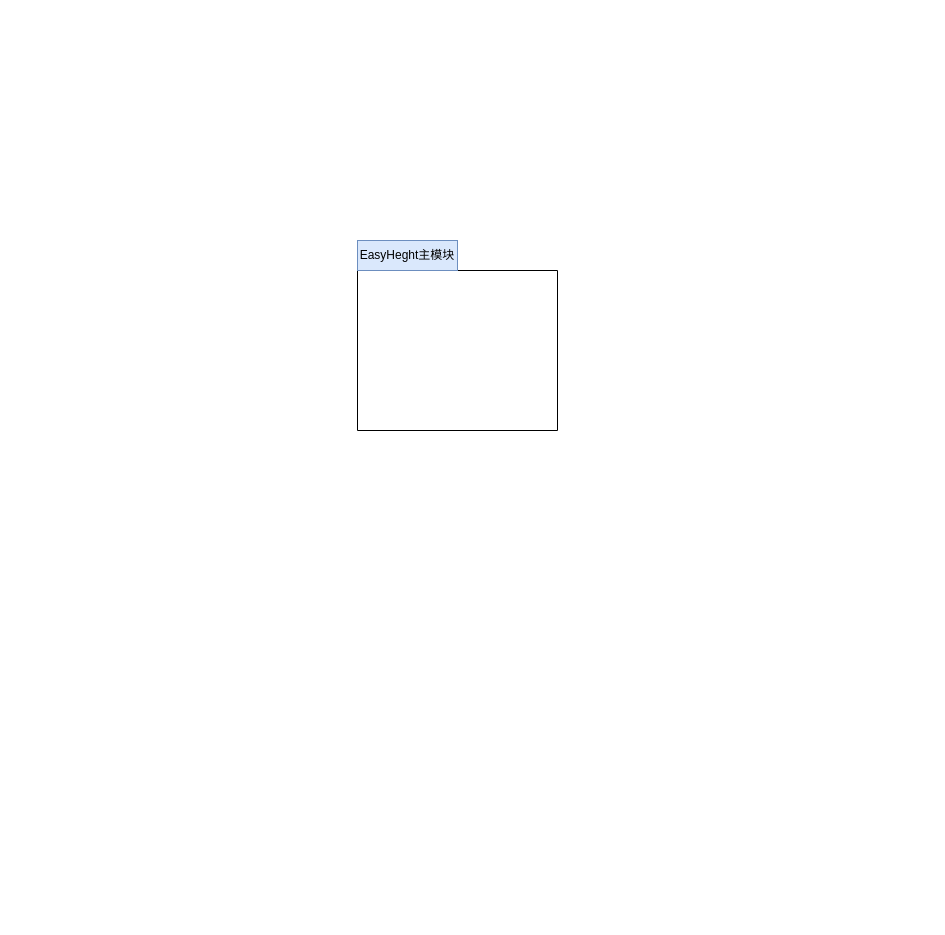
Before: EasyHeight.drawio in joeaaron/OnlineDiagram, a draw.io diagram. Source tidied: cells renumbered, new cells numbered last; positions are measured from the earlier drawing's top-left corner, leaving out a move shared by most shapes. Both pictures are drawn from the tidied source at 100%, with x=0, y=0 at pixel (357, 240).
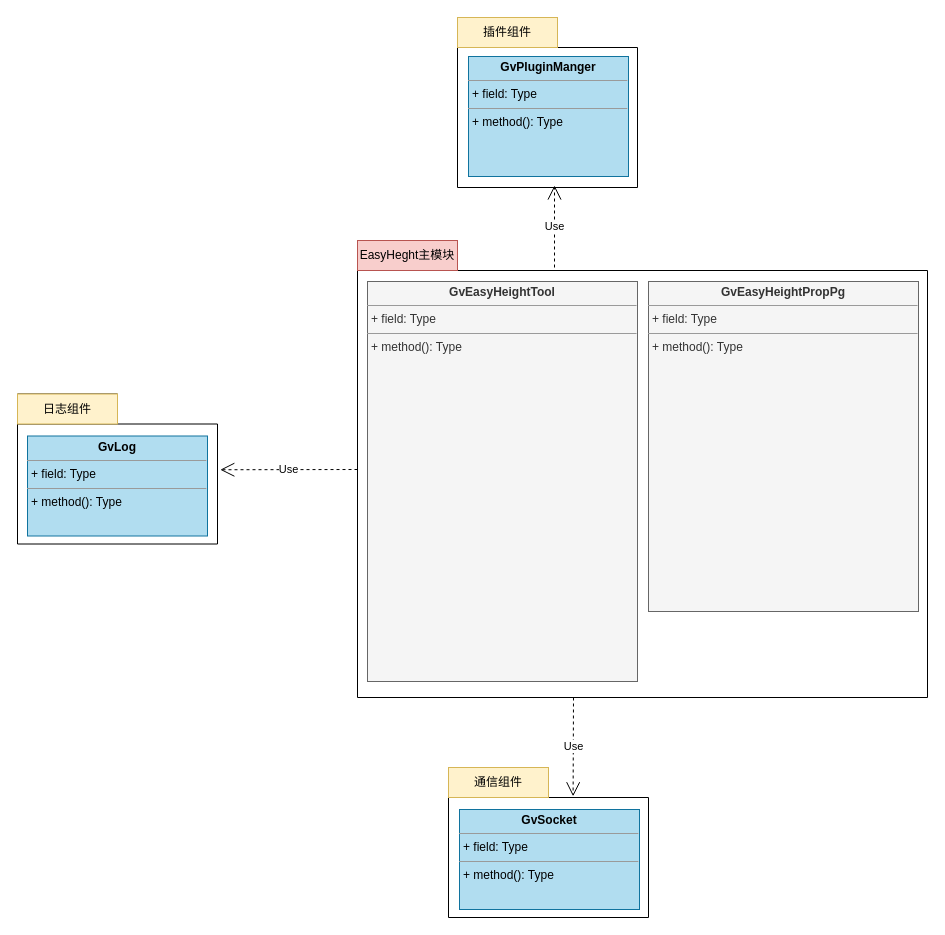
The same diagram, later.

Change to the diagram source:
```diff
@@
 <mxGraphModel>
   <root>
     <mxCell id="0" />
     <mxCell id="1" parent="0" />
     <mxCell id="2" style="shape=folder;fontStyle=1;spacingTop=10;tabWidth=100;tabHeight=30;tabPosition=left;html=1;" parent="1" vertex="1">
-      <mxGeometry width="200" height="190" as="geometry" />
+      <mxGeometry width="570" height="457" as="geometry" />
     </mxCell>
-    <mxCell id="3" value="EasyHeght主模块" style="text;html=1;strokeColor=#6c8ebf;fillColor=#dae8fc;align=center;verticalAlign=middle;whiteSpace=wrap;rounded=0;" parent="1" vertex="1">
+    <mxCell id="3" value="EasyHeght主模块" style="text;html=1;strokeColor=#b85450;fillColor=#f8cecc;align=center;verticalAlign=middle;whiteSpace=wrap;rounded=0;" parent="1" vertex="1">
       <mxGeometry width="100" height="30" as="geometry" />
     </mxCell>
+    <mxCell id="4" style="shape=folder;fontStyle=1;spacingTop=10;tabWidth=100;tabHeight=30;tabPosition=left;html=1;" parent="1" vertex="1">
+      <mxGeometry x="100" y="-223" width="180" height="170" as="geometry" />
+    </mxCell>
+    <mxCell id="5" value="插件组件" style="text;html=1;strokeColor=#d6b656;fillColor=#fff2cc;align=center;verticalAlign=middle;whiteSpace=wrap;rounded=0;" parent="1" vertex="1">
+      <mxGeometry x="100" y="-223" width="100" height="30" as="geometry" />
+    </mxCell>
+    <mxCell id="6" style="shape=folder;fontStyle=1;spacingTop=10;tabWidth=100;tabHeight=30;tabPosition=left;html=1;" parent="1" vertex="1">
+      <mxGeometry x="-340" y="153.5" width="200" height="150" as="geometry" />
+    </mxCell>
+    <mxCell id="7" value="日志组件" style="text;html=1;strokeColor=#d6b656;fillColor=#fff2cc;align=center;verticalAlign=middle;whiteSpace=wrap;rounded=0;" parent="1" vertex="1">
+      <mxGeometry x="-340" y="153.5" width="100" height="30" as="geometry" />
+    </mxCell>
+    <mxCell id="8" style="shape=folder;fontStyle=1;spacingTop=10;tabWidth=100;tabHeight=30;tabPosition=left;html=1;" parent="1" vertex="1">
+      <mxGeometry x="91" y="527" width="200" height="150" as="geometry" />
+    </mxCell>
+    <mxCell id="9" value="通信组件" style="text;html=1;strokeColor=#d6b656;fillColor=#fff2cc;align=center;verticalAlign=middle;whiteSpace=wrap;rounded=0;" parent="1" vertex="1">
+      <mxGeometry x="91" y="527" width="100" height="30" as="geometry" />
+    </mxCell>
+    <mxCell id="10" value="&lt;p style=&quot;margin: 0px ; margin-top: 4px ; text-align: center&quot;&gt;&lt;b&gt;GvPluginManger&lt;/b&gt;&lt;/p&gt;&lt;hr size=&quot;1&quot;&gt;&lt;p style=&quot;margin: 0px ; margin-left: 4px&quot;&gt;+ field: Type&lt;/p&gt;&lt;hr size=&quot;1&quot;&gt;&lt;p style=&quot;margin: 0px ; margin-left: 4px&quot;&gt;+ method(): Type&lt;/p&gt;" style="verticalAlign=top;align=left;overflow=fill;fontSize=12;fontFamily=Helvetica;html=1;fillColor=#b1ddf0;strokeColor=#10739e;" parent="1" vertex="1">
+      <mxGeometry x="111" y="-184" width="160" height="120" as="geometry" />
+    </mxCell>
+    <mxCell id="11" value="&lt;p style=&quot;margin: 0px ; margin-top: 4px ; text-align: center&quot;&gt;&lt;b&gt;GvLog&lt;/b&gt;&lt;/p&gt;&lt;hr size=&quot;1&quot;&gt;&lt;p style=&quot;margin: 0px ; margin-left: 4px&quot;&gt;+ field: Type&lt;/p&gt;&lt;hr size=&quot;1&quot;&gt;&lt;p style=&quot;margin: 0px ; margin-left: 4px&quot;&gt;+ method(): Type&lt;/p&gt;" style="verticalAlign=top;align=left;overflow=fill;fontSize=12;fontFamily=Helvetica;html=1;fillColor=#b1ddf0;strokeColor=#10739e;" parent="1" vertex="1">
+      <mxGeometry x="-330" y="195.5" width="180" height="100" as="geometry" />
+    </mxCell>
+    <mxCell id="12" value="&lt;p style=&quot;margin: 0px ; margin-top: 4px ; text-align: center&quot;&gt;&lt;b&gt;GvSocket&lt;/b&gt;&lt;/p&gt;&lt;hr size=&quot;1&quot;&gt;&lt;p style=&quot;margin: 0px ; margin-left: 4px&quot;&gt;+ field: Type&lt;/p&gt;&lt;hr size=&quot;1&quot;&gt;&lt;p style=&quot;margin: 0px ; margin-left: 4px&quot;&gt;+ method(): Type&lt;/p&gt;" style="verticalAlign=top;align=left;overflow=fill;fontSize=12;fontFamily=Helvetica;html=1;fillColor=#b1ddf0;strokeColor=#10739e;" parent="1" vertex="1">
+      <mxGeometry x="102" y="569" width="180" height="100" as="geometry" />
+    </mxCell>
+    <mxCell id="13" value="Use" style="endArrow=open;endSize=12;dashed=1;html=1;rounded=0;" parent="1" edge="1">
+      <mxGeometry relative="1" as="geometry">
+        <mxPoint x="197" y="27" as="sourcePoint" />
+        <mxPoint x="197" y="-55" as="targetPoint" />
+      </mxGeometry>
+    </mxCell>
+    <mxCell id="14" value="Use" style="endArrow=open;endSize=12;dashed=1;html=1;rounded=0;entryX=1.014;entryY=0.505;entryDx=0;entryDy=0;entryPerimeter=0;" parent="1" edge="1" source="2" target="6">
+      <mxGeometry relative="1" as="geometry" />
+    </mxCell>
+    <mxCell id="15" value="Use" style="endArrow=open;endSize=12;dashed=1;html=1;rounded=0;entryX=0.623;entryY=0.192;entryDx=0;entryDy=0;entryPerimeter=0;" parent="1" edge="1" target="8">
+      <mxGeometry relative="1" as="geometry">
+        <mxPoint x="216" y="457" as="sourcePoint" />
+      </mxGeometry>
+    </mxCell>
+    <mxCell id="16" value="&lt;p style=&quot;margin: 0px ; margin-top: 4px ; text-align: center&quot;&gt;&lt;b&gt;GvEasyHeightTool&lt;/b&gt;&lt;/p&gt;&lt;hr size=&quot;1&quot;&gt;&lt;p style=&quot;margin: 0px ; margin-left: 4px&quot;&gt;+ field: Type&lt;/p&gt;&lt;hr size=&quot;1&quot;&gt;&lt;p style=&quot;margin: 0px ; margin-left: 4px&quot;&gt;+ method(): Type&lt;/p&gt;" style="verticalAlign=top;align=left;overflow=fill;fontSize=12;fontFamily=Helvetica;html=1;fillColor=#f5f5f5;fontColor=#333333;strokeColor=#666666;" parent="1" vertex="1">
+      <mxGeometry x="10" y="41" width="270" height="400" as="geometry" />
+    </mxCell>
+    <mxCell id="17" value="&lt;p style=&quot;margin: 0px ; margin-top: 4px ; text-align: center&quot;&gt;&lt;b&gt;GvEasyHeightPropPg&lt;/b&gt;&lt;/p&gt;&lt;hr size=&quot;1&quot;&gt;&lt;p style=&quot;margin: 0px ; margin-left: 4px&quot;&gt;+ field: Type&lt;/p&gt;&lt;hr size=&quot;1&quot;&gt;&lt;p style=&quot;margin: 0px ; margin-left: 4px&quot;&gt;+ method(): Type&lt;/p&gt;" style="verticalAlign=top;align=left;overflow=fill;fontSize=12;fontFamily=Helvetica;html=1;fillColor=#f5f5f5;fontColor=#333333;strokeColor=#666666;" parent="1" vertex="1">
+      <mxGeometry x="291" y="41" width="270" height="330" as="geometry" />
+    </mxCell>
   </root>
 </mxGraphModel>
```
